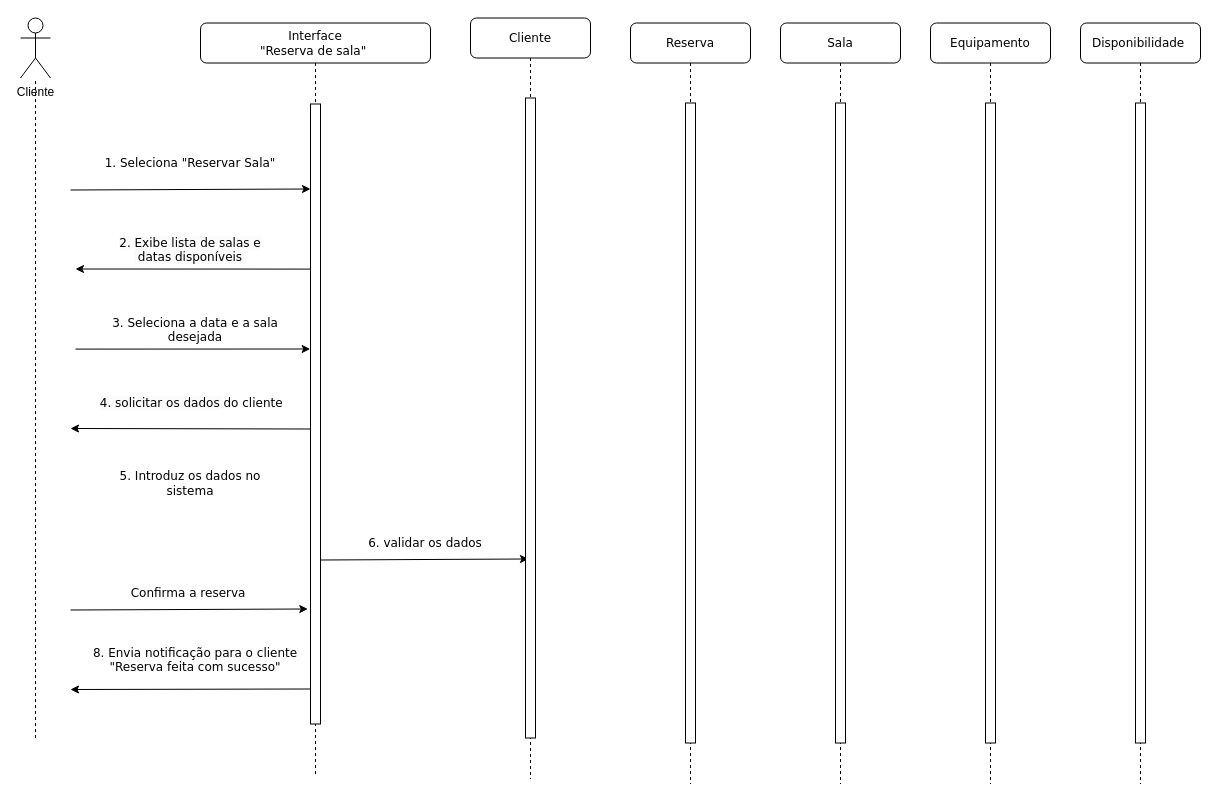
The draw.io diagram page "Page-2" (2 of 2) of UMLDiagram.drawio in ic3K1ng/Rooms-Equipments, before the edit. Source tidied: cells renumbered, new cells numbered last; positions are measured from the earlier drawing's top-left corner, leaving out a move shared by most shapes. Both pictures are drawn from the tidied source at 100%, with x=0, y=0 at pixel (20, 18).
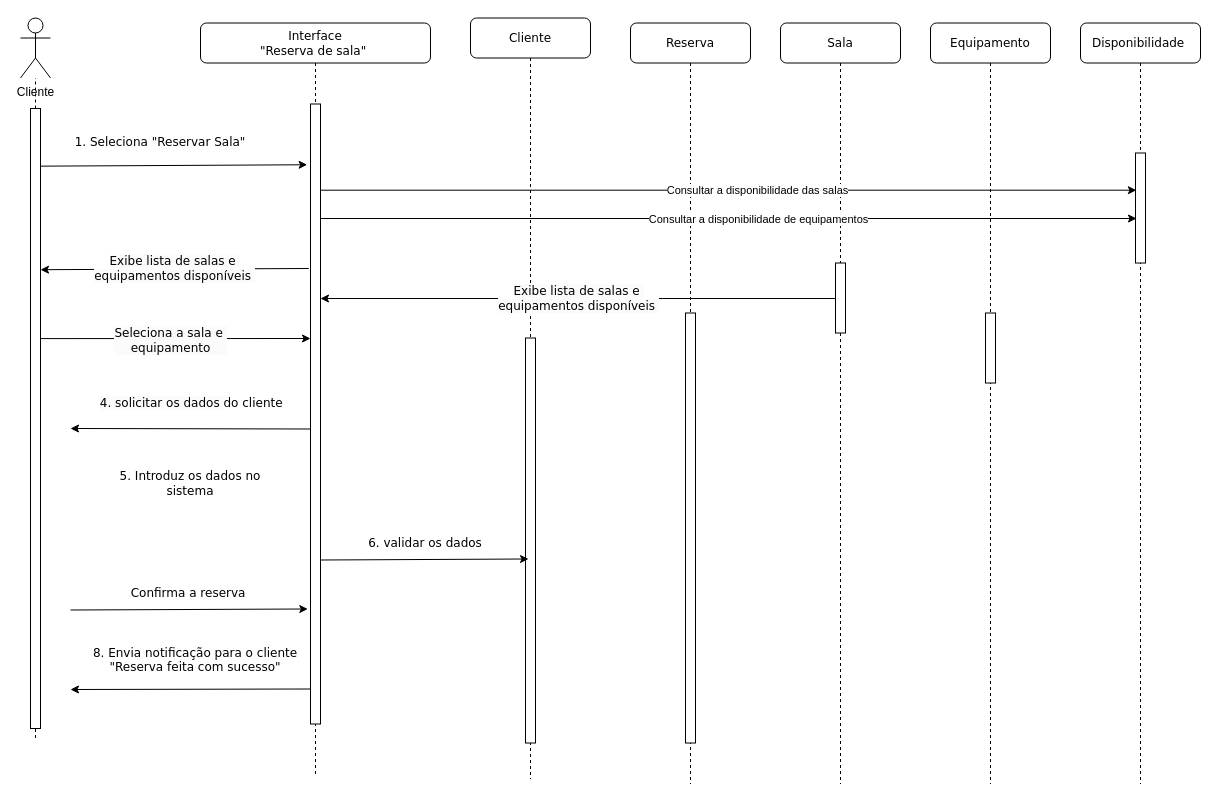
After the change.

The change refers to these unchanged cells:
```xml
<mxCell id="2" value="Interface&lt;div style=&quot;font-size: 12px;&quot;&gt;&quot;Reserva de sala&quot;&amp;nbsp;&lt;/div&gt;" style="shape=umlLifeline;perimeter=lifelinePerimeter;whiteSpace=wrap;html=1;rounded=1;shadow=0;comic=0;labelBackgroundColor=none;strokeWidth=1;fontFamily=Verdana;fontSize=12;align=center;" parent="1" vertex="1">
  <mxGeometry x="180" y="4.5" width="230" height="751" as="geometry" />
</mxCell>
<mxCell id="3" style="html=1;points=[];perimeter=orthogonalPerimeter;rounded=0;shadow=0;comic=0;labelBackgroundColor=none;strokeWidth=1;fontFamily=Verdana;fontSize=12;align=center;" parent="2" vertex="1">
  <mxGeometry x="110" y="81" width="10" height="620" as="geometry" />
</mxCell>
<mxCell id="21" value="Cliente" style="shape=umlActor;html=1;verticalLabelPosition=bottom;verticalAlign=top;align=center;" parent="1" vertex="1">
  <mxGeometry y="-0.5" width="30" height="60" as="geometry" />
</mxCell>
<mxCell id="23" value="Disponibilidade&amp;nbsp;" style="shape=umlLifeline;perimeter=lifelinePerimeter;whiteSpace=wrap;html=1;rounded=1;shadow=0;comic=0;labelBackgroundColor=none;strokeWidth=1;fontFamily=Verdana;fontSize=12;align=center;" parent="1" vertex="1">
  <mxGeometry x="1060" y="4.5" width="120" height="761" as="geometry" />
</mxCell>
<mxCell id="29" value="Equipamento" style="shape=umlLifeline;perimeter=lifelinePerimeter;whiteSpace=wrap;html=1;rounded=1;shadow=0;comic=0;labelBackgroundColor=none;strokeWidth=1;fontFamily=Verdana;fontSize=12;align=center;" parent="1" vertex="1">
  <mxGeometry x="910" y="4.5" width="120" height="761" as="geometry" />
</mxCell>
```

What changed in the source:
```diff
@@
+    <mxCell id="9" value="Cliente" style="shape=umlLifeline;perimeter=lifelinePerimeter;whiteSpace=wrap;html=1;rounded=1;shadow=0;comic=0;labelBackgroundColor=none;strokeWidth=1;fontFamily=Verdana;fontSize=12;align=center;" parent="1" vertex="1">
+      <mxGeometry x="450" y="-0.5" width="120" height="761" as="geometry" />
+    </mxCell>
+    <mxCell id="10" style="html=1;perimeter=orthogonalPerimeter;rounded=0;shadow=0;comic=0;labelBackgroundColor=none;strokeWidth=1;fontFamily=Verdana;fontSize=12;align=center;" parent="9" vertex="1">
+      <mxGeometry x="55" y="320" width="10" height="405" as="geometry" />
+    </mxCell>
@@
-    <mxCell id="4" value="&lt;span style=&quot;color: rgb(0, 0, 0); font-size: 12px; font-style: normal; font-variant-ligatures: normal; font-variant-caps: normal; font-weight: 400; letter-spacing: normal; orphans: 2; text-indent: 0px; text-transform: none; widows: 2; word-spacing: 0px; -webkit-text-stroke-width: 0px; white-space: nowrap; background-color: rgb(251, 251, 251); text-decoration-thickness: initial; text-decoration-style: initial; text-decoration-color: initial; float: none; display: inline !important;&quot;&gt;2. Exibe lista de salas e&lt;/span&gt;&lt;div style=&quot;font-size: 12px;&quot;&gt;&lt;span style=&quot;color: rgb(0, 0, 0); font-size: 12px; font-style: normal; font-variant-ligatures: normal; font-variant-caps: normal; font-weight: 400; letter-spacing: normal; orphans: 2; text-indent: 0px; text-transform: none; widows: 2; word-spacing: 0px; -webkit-text-stroke-width: 0px; white-space: nowrap; background-color: rgb(251, 251, 251); text-decoration-thickness: initial; text-decoration-style: initial; text-decoration-color: initial; float: none; display: inline !important;&quot;&gt;&amp;nbsp;datas disponíveis&amp;nbsp;&lt;/span&gt;&lt;/div&gt;" style="text;whiteSpace=wrap;html=1;fontSize=12;align=center;fontFamily=Verdana;labelBackgroundColor=none;" parent="2" vertex="1">
-      <mxGeometry x="-85" y="206" width="150" height="29" as="geometry" />
-    </mxCell>
-    <mxCell id="5" value="&lt;div style=&quot;font-size: 12px;&quot;&gt;&lt;span style=&quot;background-color: initial; text-wrap: nowrap; font-size: 12px;&quot;&gt;&lt;font style=&quot;font-size: 12px;&quot;&gt;3. Seleciona a data e a sala&lt;/font&gt;&lt;/span&gt;&lt;/div&gt;&lt;div style=&quot;font-size: 12px;&quot;&gt;&lt;span style=&quot;background-color: initial; text-wrap: nowrap; font-size: 12px;&quot;&gt;&lt;font style=&quot;font-size: 12px;&quot;&gt;desejada&lt;/font&gt;&lt;/span&gt;&lt;/div&gt;" style="text;whiteSpace=wrap;html=1;align=center;fontSize=12;fontFamily=Verdana;labelBackgroundColor=none;" parent="2" vertex="1">
-      <mxGeometry x="-75" y="286" width="140" height="40" as="geometry" />
-    </mxCell>
@@
-    <mxCell id="9" value="Cliente" style="shape=umlLifeline;perimeter=lifelinePerimeter;whiteSpace=wrap;html=1;rounded=1;shadow=0;comic=0;labelBackgroundColor=none;strokeWidth=1;fontFamily=Verdana;fontSize=12;align=center;" parent="1" vertex="1">
-      <mxGeometry x="450" y="-0.5" width="120" height="761" as="geometry" />
-    </mxCell>
-    <mxCell id="10" style="html=1;perimeter=orthogonalPerimeter;rounded=0;shadow=0;comic=0;labelBackgroundColor=none;strokeWidth=1;fontFamily=Verdana;fontSize=12;align=center;" parent="9" vertex="1">
-      <mxGeometry x="55" y="80" width="10" height="640" as="geometry" />
-    </mxCell>
-    <mxCell id="11" style="endArrow=classic;html=1;rounded=0;entryX=0.006;entryY=0.424;entryDx=0;entryDy=0;entryPerimeter=0;exitX=1.033;exitY=0.428;exitDx=0;exitDy=0;exitPerimeter=0;labelBackgroundColor=none;fontColor=default;" parent="1" edge="1">
-      <mxGeometry relative="1" as="geometry">
-        <mxPoint x="55" y="330.6" as="sourcePoint" />
-        <mxPoint x="289.7" y="330.5" as="targetPoint" />
-      </mxGeometry>
-    </mxCell>
+    <mxCell id="31" style="endArrow=classic;html=1;rounded=0;labelBackgroundColor=none;fontColor=default;" parent="2" edge="1" source="27">
+      <mxGeometry relative="1" as="geometry">
+        <mxPoint x="120" y="275.5" as="targetPoint" />
+      </mxGeometry>
+    </mxCell>
+    <mxCell id="32" value="&lt;span style=&quot;font-family: Verdana; font-size: 12px; background-color: rgb(251, 251, 251);&quot;&gt;Exibe lista de salas e&amp;nbsp;&lt;/span&gt;&lt;div&gt;&lt;span style=&quot;font-family: Verdana; font-size: 12px; background-color: rgb(251, 251, 251);&quot;&gt;equipamentos&lt;/span&gt;&lt;span style=&quot;background-color: rgb(251, 251, 251); font-family: Verdana; font-size: 12px;&quot;&gt;&amp;nbsp;disponíveis&amp;nbsp;&lt;/span&gt;&lt;/div&gt;" style="edgeLabel;html=1;align=center;verticalAlign=middle;" parent="31" vertex="1">
+      <mxGeometry x="0.01" y="-1" relative="1" as="geometry" />
+    </mxCell>
-    <mxCell id="12" style="endArrow=classic;html=1;rounded=0;labelBackgroundColor=none;fontColor=default;" parent="1" edge="1">
-      <mxGeometry relative="1" as="geometry">
-        <mxPoint x="50" y="171.5" as="sourcePoint" />
-        <mxPoint x="290" y="170.5" as="targetPoint" />
-      </mxGeometry>
+    <mxCell id="12" style="endArrow=classic;html=1;rounded=0;labelBackgroundColor=none;fontColor=default;exitX=0.88;exitY=0.093;exitDx=0;exitDy=0;exitPerimeter=0;entryX=-0.333;entryY=0.098;entryDx=0;entryDy=0;entryPerimeter=0;" parent="1" edge="1" source="35" target="3">
+      <mxGeometry relative="1" as="geometry" />
     </mxCell>
@@
     <mxCell id="14" value="&lt;div style=&quot;font-size: 12px;&quot;&gt;&lt;span style=&quot;background-color: initial; text-wrap: nowrap; font-size: 12px;&quot;&gt;&lt;font style=&quot;font-size: 12px;&quot;&gt;1. Seleciona &quot;Reservar Sala&lt;/font&gt;&lt;/span&gt;&lt;span style=&quot;background-color: initial; text-wrap-mode: nowrap; font-size: 12px;&quot;&gt;&quot;&lt;/span&gt;&lt;/div&gt;" style="text;whiteSpace=wrap;html=1;fontSize=12;align=center;fontFamily=Verdana;labelBackgroundColor=none;" parent="1" vertex="1">
-      <mxGeometry x="100" y="130.5" width="140" height="40" as="geometry" />
+      <mxGeometry x="70" y="110" width="140" height="40" as="geometry" />
     </mxCell>
-    <mxCell id="15" style="endArrow=classic;html=1;rounded=0;exitX=0.033;exitY=0.158;exitDx=0;exitDy=0;exitPerimeter=0;labelBackgroundColor=none;fontColor=default;" parent="1" edge="1">
+    <mxCell id="15" style="endArrow=classic;html=1;rounded=0;exitX=0.033;exitY=0.158;exitDx=0;exitDy=0;exitPerimeter=0;labelBackgroundColor=none;fontColor=default;entryX=1.2;entryY=0.261;entryDx=0;entryDy=0;entryPerimeter=0;" parent="1" edge="1">
       <mxGeometry relative="1" as="geometry">
-        <mxPoint x="290.3" y="250.6" as="sourcePoint" />
-        <mxPoint x="55" y="250.5" as="targetPoint" />
+        <mxPoint x="288.3" y="250" as="sourcePoint" />
+        <mxPoint x="20" y="251.2" as="targetPoint" />
       </mxGeometry>
     </mxCell>
+    <mxCell id="33" value="&lt;span style=&quot;font-family: Verdana; font-size: 12px; background-color: rgb(251, 251, 251);&quot;&gt;Exibe lista de salas e&amp;nbsp;&lt;/span&gt;&lt;div&gt;&lt;span style=&quot;font-family: Verdana; font-size: 12px; background-color: rgb(251, 251, 251);&quot;&gt;equipamentos&lt;/span&gt;&lt;span style=&quot;background-color: rgb(251, 251, 251); font-family: Verdana; font-size: 12px;&quot;&gt;&amp;nbsp;disponíveis&amp;nbsp;&lt;/span&gt;&lt;/div&gt;" style="edgeLabel;html=1;align=center;verticalAlign=middle;" parent="15" vertex="1">
+      <mxGeometry x="0.01" y="-1" relative="1" as="geometry" />
+    </mxCell>
@@
+    <mxCell id="25" value="Reserva" style="shape=umlLifeline;perimeter=lifelinePerimeter;whiteSpace=wrap;html=1;rounded=1;shadow=0;comic=0;labelBackgroundColor=none;strokeWidth=1;fontFamily=Verdana;fontSize=12;align=center;" parent="1" vertex="1">
+      <mxGeometry x="610" y="4.5" width="120" height="761" as="geometry" />
+    </mxCell>
+    <mxCell id="26" style="html=1;perimeter=orthogonalPerimeter;rounded=0;shadow=0;comic=0;labelBackgroundColor=none;strokeWidth=1;fontFamily=Verdana;fontSize=12;align=center;" parent="25" vertex="1">
+      <mxGeometry x="55" y="290" width="10" height="430" as="geometry" />
+    </mxCell>
-    <mxCell id="22" style="endArrow=none;dashed=1;html=1;rounded=0;" parent="1" edge="1" target="21">
-      <mxGeometry relative="1" as="geometry">
-        <mxPoint x="15" y="719.5" as="sourcePoint" />
-      </mxGeometry>
+    <mxCell id="22" style="endArrow=none;dashed=1;html=1;rounded=0;" parent="1" edge="1" source="35" target="21">
+      <mxGeometry relative="1" as="geometry" />
     </mxCell>
+    <mxCell id="27" value="Sala" style="shape=umlLifeline;perimeter=lifelinePerimeter;whiteSpace=wrap;html=1;outlineConnect=0;rounded=1;shadow=0;comic=0;labelBackgroundColor=none;strokeWidth=1;fontFamily=Verdana;fontSize=12;align=center;" parent="1" vertex="1">
+      <mxGeometry x="760" y="4.5" width="120" height="761" as="geometry" />
+    </mxCell>
+    <mxCell id="28" style="html=1;perimeter=orthogonalPerimeter;rounded=0;shadow=0;comic=0;labelBackgroundColor=none;strokeWidth=1;fontFamily=Verdana;fontSize=12;align=center;" parent="27" vertex="1">
+      <mxGeometry x="55" y="240" width="10" height="70" as="geometry" />
+    </mxCell>
@@
     <mxCell id="24" style="html=1;perimeter=orthogonalPerimeter;rounded=0;shadow=0;comic=0;labelBackgroundColor=none;strokeWidth=1;fontFamily=Verdana;fontSize=12;align=center;" parent="23" vertex="1">
-      <mxGeometry x="55" y="80" width="10" height="640" as="geometry" />
+      <mxGeometry x="55" y="130" width="10" height="110" as="geometry" />
     </mxCell>
-    <mxCell id="25" value="Reserva" style="shape=umlLifeline;perimeter=lifelinePerimeter;whiteSpace=wrap;html=1;rounded=1;shadow=0;comic=0;labelBackgroundColor=none;strokeWidth=1;fontFamily=Verdana;fontSize=12;align=center;" parent="1" vertex="1">
-      <mxGeometry x="610" y="4.5" width="120" height="761" as="geometry" />
-    </mxCell>
-    <mxCell id="26" style="html=1;perimeter=orthogonalPerimeter;rounded=0;shadow=0;comic=0;labelBackgroundColor=none;strokeWidth=1;fontFamily=Verdana;fontSize=12;align=center;" parent="25" vertex="1">
-      <mxGeometry x="55" y="80" width="10" height="640" as="geometry" />
-    </mxCell>
-    <mxCell id="27" value="Sala" style="shape=umlLifeline;perimeter=lifelinePerimeter;whiteSpace=wrap;html=1;outlineConnect=0;rounded=1;shadow=0;comic=0;labelBackgroundColor=none;strokeWidth=1;fontFamily=Verdana;fontSize=12;align=center;" parent="1" vertex="1">
-      <mxGeometry x="760" y="4.5" width="120" height="761" as="geometry" />
-    </mxCell>
-    <mxCell id="28" style="html=1;perimeter=orthogonalPerimeter;rounded=0;shadow=0;comic=0;labelBackgroundColor=none;strokeWidth=1;fontFamily=Verdana;fontSize=12;align=center;" parent="27" vertex="1">
-      <mxGeometry x="55" y="80" width="10" height="640" as="geometry" />
-    </mxCell>
@@
     <mxCell id="30" style="html=1;perimeter=orthogonalPerimeter;rounded=0;shadow=0;comic=0;labelBackgroundColor=none;strokeWidth=1;fontFamily=Verdana;fontSize=12;align=center;" parent="29" vertex="1">
-      <mxGeometry x="55" y="80" width="10" height="640" as="geometry" />
+      <mxGeometry x="55" y="290" width="10" height="70" as="geometry" />
     </mxCell>
+    <mxCell id="34" style="endArrow=none;dashed=1;html=1;rounded=0;" parent="1" edge="1" target="35">
+      <mxGeometry relative="1" as="geometry">
+        <mxPoint x="15" y="719.5" as="sourcePoint" />
+      </mxGeometry>
+    </mxCell>
+    <mxCell id="35" style="html=1;points=[];perimeter=orthogonalPerimeter;rounded=0;shadow=0;comic=0;labelBackgroundColor=none;strokeWidth=1;fontFamily=Verdana;fontSize=12;align=center;" parent="1" vertex="1">
+      <mxGeometry x="10" y="90" width="10" height="620" as="geometry" />
+    </mxCell>
+    <mxCell id="36" style="endArrow=none;html=1;rounded=0;labelBackgroundColor=none;fontColor=default;entryX=1.36;entryY=0.139;entryDx=0;entryDy=0;entryPerimeter=0;startArrow=classic;startFill=1;endFill=0;" parent="1" edge="1">
+      <mxGeometry x="-0.02" y="-32" relative="1" as="geometry">
+        <mxPoint x="1115.9" y="171.7" as="sourcePoint" />
+        <mxPoint x="300" y="171.7" as="targetPoint" />
+      </mxGeometry>
+    </mxCell>
+    <mxCell id="37" value="Consultar a disponibilidade das salas" style="edgeLabel;html=1;align=center;verticalAlign=middle;" parent="36" vertex="1">
+      <mxGeometry x="-0.07" relative="1" as="geometry" />
+    </mxCell>
+    <mxCell id="11" style="endArrow=classic;html=1;rounded=0;entryX=0.006;entryY=0.424;entryDx=0;entryDy=0;entryPerimeter=0;exitX=1.026;exitY=0.388;exitDx=0;exitDy=0;exitPerimeter=0;labelBackgroundColor=none;fontColor=default;" parent="1" edge="1">
+      <mxGeometry relative="1" as="geometry">
+        <mxPoint x="20.5" y="320.1" as="sourcePoint" />
+        <mxPoint x="290" y="320" as="targetPoint" />
+      </mxGeometry>
+    </mxCell>
+    <mxCell id="38" value="&lt;div style=&quot;font-family: Verdana; font-size: 12px; text-wrap-mode: wrap; background-color: rgb(251, 251, 251);&quot;&gt;&lt;span style=&quot;background-color: initial; text-wrap: nowrap;&quot;&gt;Seleciona a sala e&amp;nbsp;&lt;/span&gt;&lt;/div&gt;&lt;div style=&quot;font-family: Verdana; font-size: 12px; text-wrap-mode: wrap; background-color: rgb(251, 251, 251);&quot;&gt;&lt;span style=&quot;background-color: initial; text-wrap: nowrap;&quot;&gt;equipamento&lt;/span&gt;&lt;/div&gt;" style="edgeLabel;html=1;align=center;verticalAlign=middle;" parent="11" vertex="1">
+      <mxGeometry x="-0.21" y="-1" relative="1" as="geometry">
+        <mxPoint x="23" as="offset" />
+      </mxGeometry>
+    </mxCell>
+    <mxCell id="39" style="endArrow=none;html=1;rounded=0;labelBackgroundColor=none;fontColor=default;entryX=1.36;entryY=0.139;entryDx=0;entryDy=0;entryPerimeter=0;startArrow=classic;startFill=1;endFill=0;" parent="1" edge="1">
+      <mxGeometry x="-0.03" y="-74" relative="1" as="geometry">
+        <mxPoint x="1116" y="200" as="sourcePoint" />
+        <mxPoint x="300" y="200" as="targetPoint" />
+      </mxGeometry>
+    </mxCell>
+    <mxCell id="40" value="Consultar a disponibilidade de equipamentos" style="edgeLabel;html=1;align=center;verticalAlign=middle;" parent="39" vertex="1">
+      <mxGeometry x="-0.07" relative="1" as="geometry" />
+    </mxCell>
```
